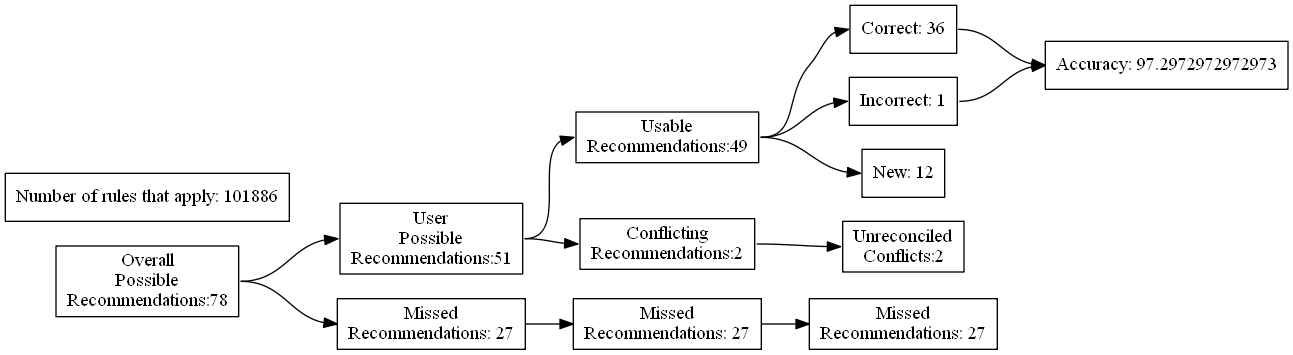
The Graphviz diagram test_renders/73.gv.png in ZaxR/ibd_diet_analysis, before a commit. Its source is kept beside it as test_renders/73.gv.
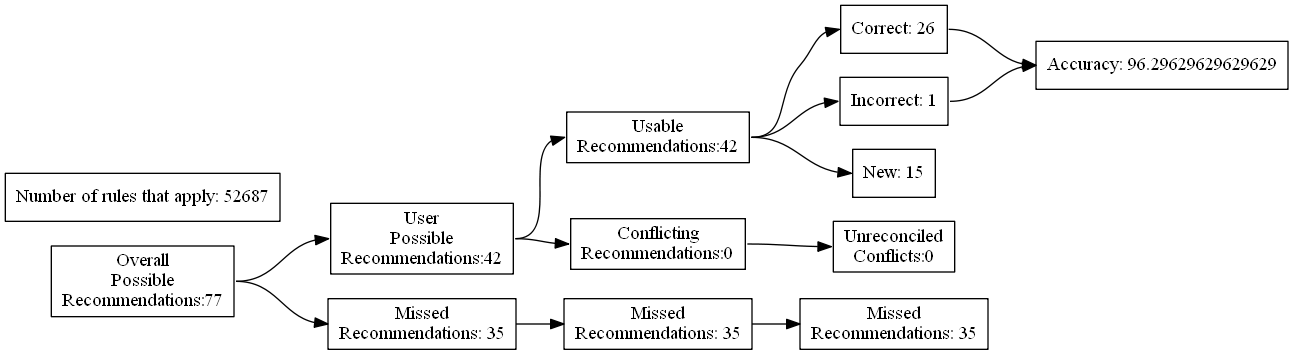
The same diagram one commit later.

Diff of the diagram source:
```diff
@@ -4,27 +4,27 @@
 	edge [headport=w tailport=e]
 		A [label="Overall
 Possible
-Recommendations:78"]
+Recommendations:77"]
 		B [label="User
 Possible
-Recommendations:51"]
+Recommendations:42"]
 		C [label="Missed
-Recommendations: 27"]
+Recommendations: 35"]
 		D [label="Usable
-Recommendations:49"]
+Recommendations:42"]
 		E [label="Conflicting
-Recommendations:2"]
+Recommendations:0"]
 		J [label="Missed
-Recommendations: 27"]
+Recommendations: 35"]
 		M [label="Unreconciled
-Conflicts:2"]
-		F [label="Correct: 36"]
+Conflicts:0"]
+		F [label="Correct: 26"]
 		G [label="Incorrect: 1"]
-		H [label="New: 12"]
+		H [label="New: 15"]
 		K [label="Missed
-Recommendations: 27"]
-		I [label="Accuracy: 97.2972972972973"]
-		l [label="Number of rules that apply: 101886"]
+Recommendations: 35"]
+		I [label="Accuracy: 96.29629629629629"]
+		l [label="Number of rules that apply: 52687"]
 			A -> B
 			A -> C
 			B -> D
```
